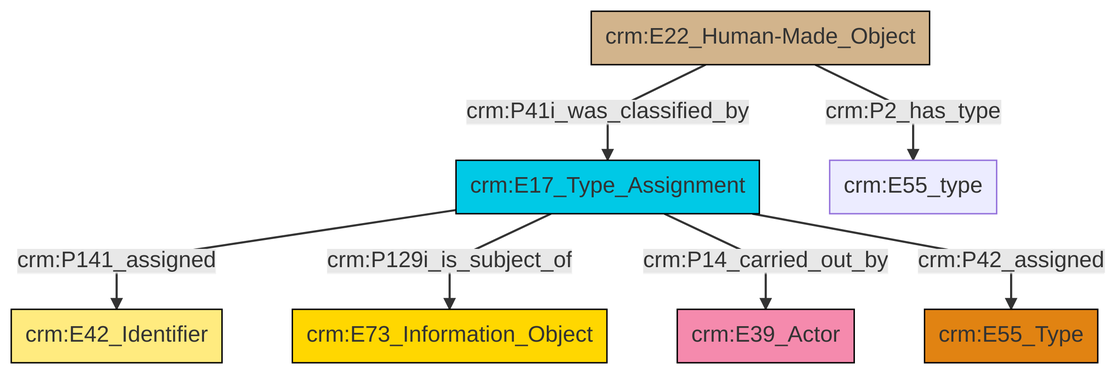
swiss-art-research-net/reference-data-models keeps this Mermaid diagram as et/builtWorkCSV/ttl/mmd/png/Built_Work_designation_status.png. Above is the earlier version. Its source is kept beside it as et/builtWorkCSV/ttl/mmd/Built_Work_designation_status.ttl.mmd.
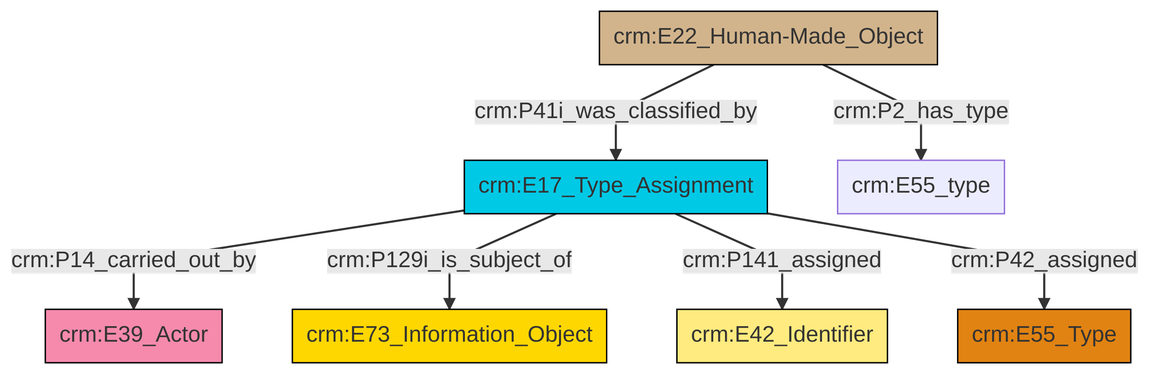
The same diagram one commit later.

Diff of the diagram source:
```diff
@@ -13,9 +13,9 @@
 classDef PC_Classes fill:#4ce600, stroke:#000000;
 classDef Multi fill:#cccccc,stroke:#000000;
 
-2["crm:E17_Type_Assignment"]:::Temporal_Entity -->|crm:P141_assigned| 4["crm:E42_Identifier"]:::Appellation
-2["crm:E17_Type_Assignment"]:::Temporal_Entity -->|crm:P129i_is_subject_of| 10["crm:E73_Information_Object"]:::Conceptual_Object
-2["crm:E17_Type_Assignment"]:::Temporal_Entity -->|crm:P14_carried_out_by| 6["crm:E39_Actor"]:::Actor
-8["crm:E22_Human-Made_Object"]:::Physical_Thing -->|crm:P41i_was_classified_by| 2["crm:E17_Type_Assignment"]:::Temporal_Entity
-2["crm:E17_Type_Assignment"]:::Temporal_Entity -->|crm:P42_assigned| 0["crm:E55_Type"]:::Type
-8["crm:E22_Human-Made_Object"]:::Physical_Thing -->|crm:P2_has_type| 12["crm:E55_type"]:::Default
+4["crm:E17_Type_Assignment"]:::Temporal_Entity -->|crm:P14_carried_out_by| 0["crm:E39_Actor"]:::Actor
+4["crm:E17_Type_Assignment"]:::Temporal_Entity -->|crm:P129i_is_subject_of| 2["crm:E73_Information_Object"]:::Conceptual_Object
+4["crm:E17_Type_Assignment"]:::Temporal_Entity -->|crm:P141_assigned| 12["crm:E42_Identifier"]:::Appellation
+4["crm:E17_Type_Assignment"]:::Temporal_Entity -->|crm:P42_assigned| 10["crm:E55_Type"]:::Type
+8["crm:E22_Human-Made_Object"]:::Physical_Thing -->|crm:P41i_was_classified_by| 4["crm:E17_Type_Assignment"]:::Temporal_Entity
+8["crm:E22_Human-Made_Object"]:::Physical_Thing -->|crm:P2_has_type| 6["crm:E55_type"]:::Default
```
